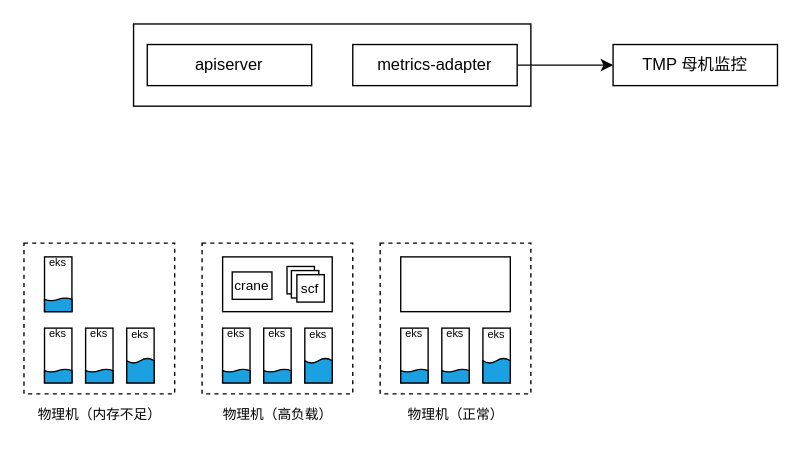
The draw.io diagram vmf.drawio in payall4u/draw.io, before the edit. Source tidied: cells renumbered, new cells numbered last; positions are measured from the earlier drawing's top-left corner, leaving out a move shared by most shapes. Both pictures are drawn from the tidied source at 137%, with x=0, y=0 at pixel (23, 23).
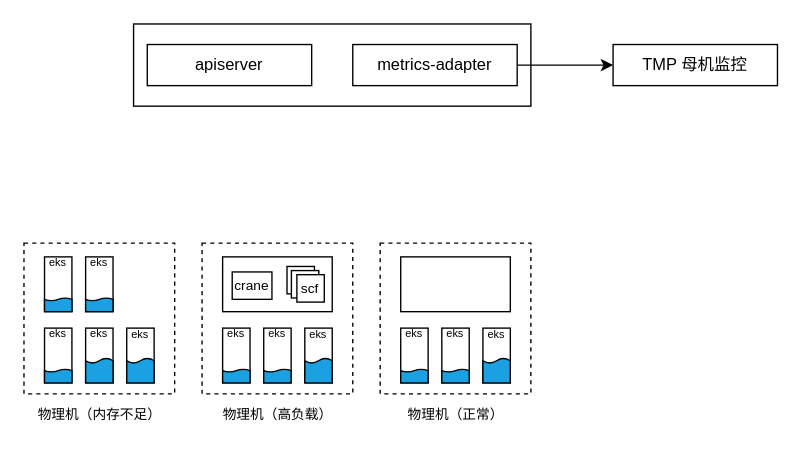
After the change.

Change to the diagram source:
```diff
@@
     <mxCell id="35" style="shape=document;whiteSpace=wrap;html=1;boundedLbl=1;rotation=-180;fillColor=#1ba1e2;fontColor=#ffffff;strokeColor=#000000;size=0.2;" parent="1" vertex="1">
-      <mxGeometry x="45" y="252" width="20" height="10" as="geometry" />
+      <mxGeometry x="45" y="244" width="20" height="18" as="geometry" />
     </mxCell>
@@
+    <mxCell id="49" style="rounded=0;whiteSpace=wrap;html=1;" parent="1" vertex="1">
+      <mxGeometry x="45" y="170" width="20" height="40" as="geometry" />
+    </mxCell>
+    <mxCell id="50" value="eks" style="text;html=1;align=center;verticalAlign=middle;whiteSpace=wrap;rounded=0;fontSize=8;" parent="1" vertex="1">
+      <mxGeometry x="45" y="167" width="20" height="14" as="geometry" />
+    </mxCell>
+    <mxCell id="51" style="shape=document;whiteSpace=wrap;html=1;boundedLbl=1;rotation=-180;fillColor=#1ba1e2;fontColor=#ffffff;strokeColor=#000000;size=0.2;" parent="1" vertex="1">
+      <mxGeometry x="45" y="200" width="20" height="10" as="geometry" />
+    </mxCell>
```
